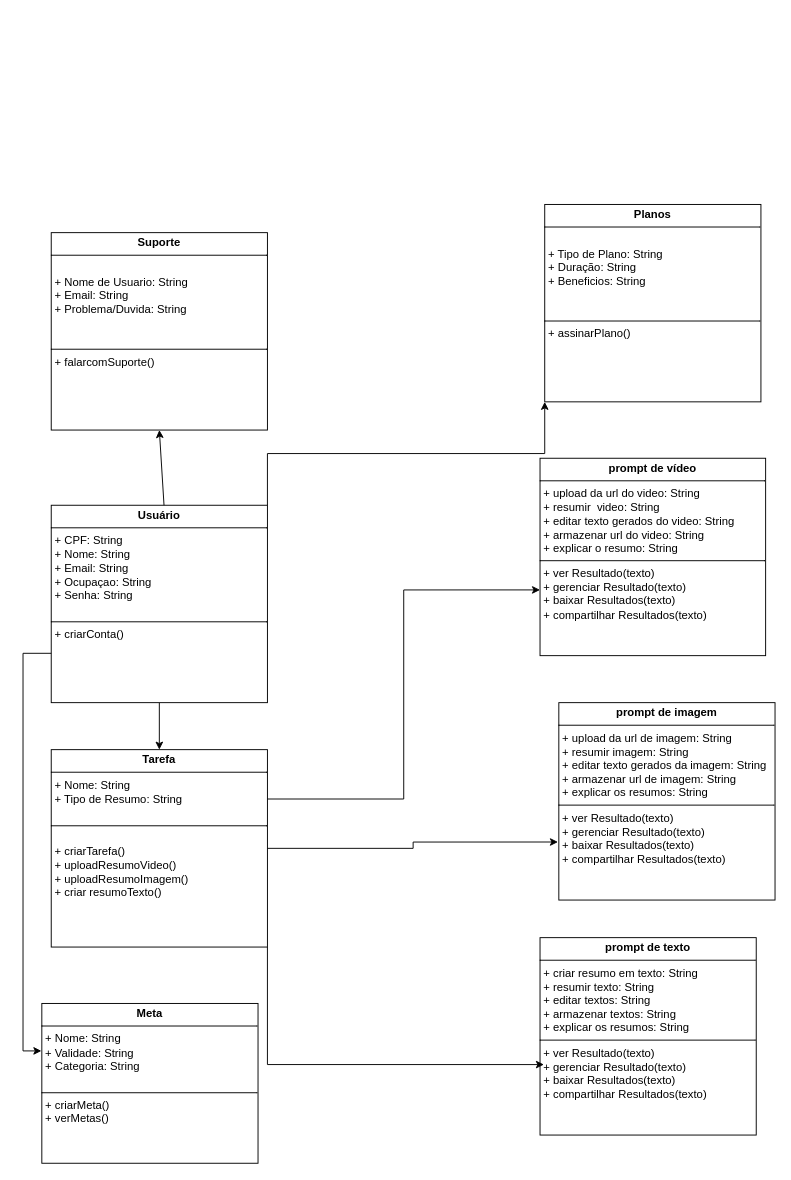
This is page "Classes" (6 of 6) of Diagrama sem nome.drawio from maqueto/fcwai, a draw.io file, before an edit. Source tidied: cells renumbered, new cells numbered last; positions are measured from the earlier drawing's top-left corner, leaving out a move shared by most shapes. Both pictures are drawn from the tidied source at 94%, with x=0, y=0 at pixel (41, 204).
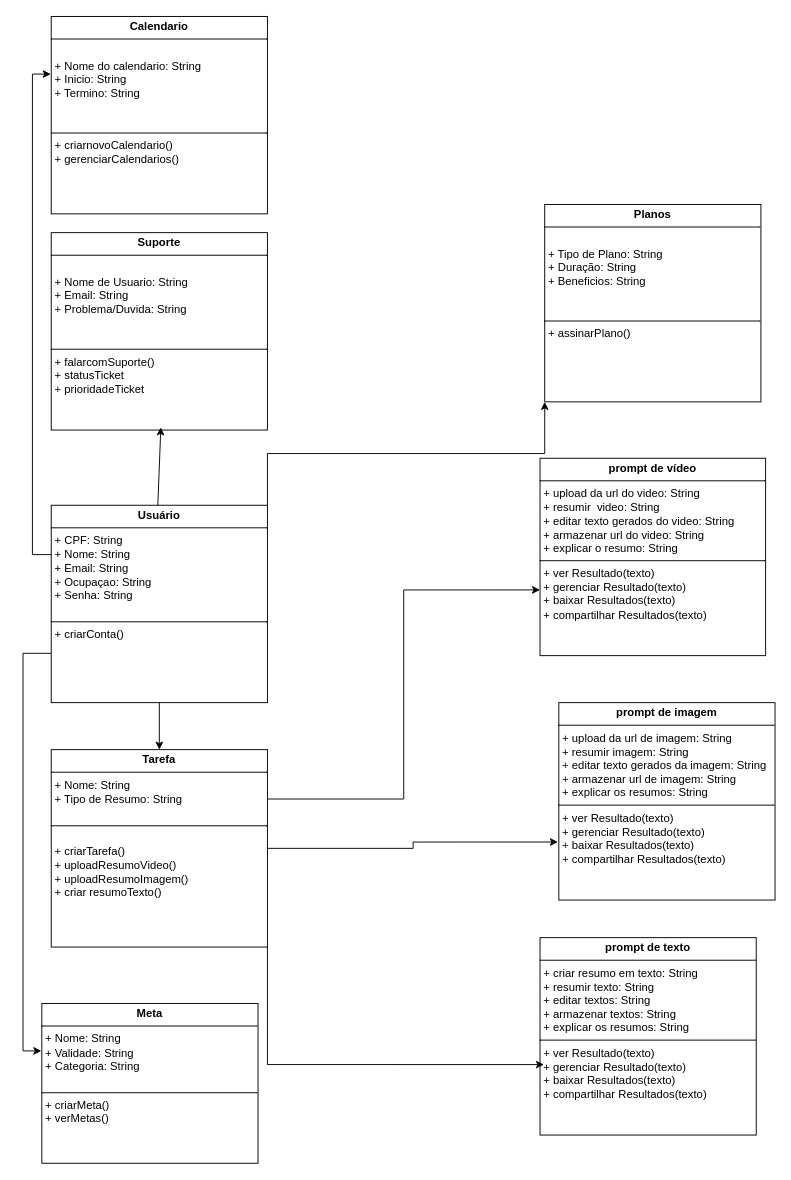
The same diagram, later.

The edit, as a diff of the source:
```diff
@@
 <mxGraphModel>
   <root>
     <mxCell id="0" />
     <mxCell id="1" parent="0" />
     <mxCell id="2" value="&lt;p style=&quot;margin:0px;margin-top:4px;text-align:center;&quot;&gt;&lt;b&gt;prompt de texto&lt;/b&gt;&lt;/p&gt;&lt;hr size=&quot;1&quot; style=&quot;border-style:solid;&quot;&gt;&lt;p style=&quot;margin: 0px 0px 0px 4px;&quot;&gt;+ criar resumo em texto: String&lt;/p&gt;&lt;p style=&quot;margin: 0px 0px 0px 4px;&quot;&gt;+ resumir texto: String&lt;/p&gt;&lt;p style=&quot;margin: 0px 0px 0px 4px;&quot;&gt;+ editar textos: String&lt;/p&gt;&lt;p style=&quot;margin: 0px 0px 0px 4px;&quot;&gt;+ armazenar textos: String&lt;/p&gt;&lt;p style=&quot;margin: 0px 0px 0px 4px;&quot;&gt;+ explicar os resumos: String&lt;/p&gt;&lt;hr size=&quot;1&quot; style=&quot;border-style:solid;&quot;&gt;&lt;p style=&quot;margin: 0px 0px 0px 4px;&quot;&gt;+ ver Resultado(texto)&lt;br&gt;&lt;/p&gt;&lt;p style=&quot;margin: 0px 0px 0px 4px;&quot;&gt;+ gerenciar Resultado(texto)&lt;/p&gt;&lt;p style=&quot;margin: 0px 0px 0px 4px;&quot;&gt;+ baixar Resultados(texto)&lt;/p&gt;&lt;p style=&quot;margin: 0px 0px 0px 4px;&quot;&gt;+ compartilhar Resultados(texto)&lt;/p&gt;&lt;p style=&quot;margin: 0px 0px 0px 4px;&quot;&gt;&lt;br&gt;&lt;/p&gt;" style="verticalAlign=top;align=left;overflow=fill;html=1;whiteSpace=wrap;" parent="1" vertex="1">
       <mxGeometry x="530" y="780" width="230" height="210" as="geometry" />
     </mxCell>
     <mxCell id="3" style="edgeStyle=orthogonalEdgeStyle;rounded=0;jettySize=auto;html=1;" parent="1" edge="1" source="5" target="8">
       <mxGeometry relative="1" as="geometry" />
     </mxCell>
     <mxCell id="4" style="edgeStyle=orthogonalEdgeStyle;rounded=0;jettySize=auto;html=1;exitX=1;exitY=0;exitDx=0;exitDy=0;entryX=0;entryY=1;entryDx=0;entryDy=0;" parent="1" edge="1" source="5" target="16">
       <mxGeometry relative="1" as="geometry" />
     </mxCell>
     <mxCell id="5" value="&lt;p style=&quot;margin:0px;margin-top:4px;text-align:center;&quot;&gt;&lt;b&gt;Usuário&lt;/b&gt;&lt;/p&gt;&lt;hr size=&quot;1&quot; style=&quot;border-style:solid;&quot;&gt;&lt;p style=&quot;margin:0px;margin-left:4px;&quot;&gt;+ CPF: String&lt;/p&gt;&lt;p style=&quot;margin:0px;margin-left:4px;&quot;&gt;+ Nome: String&lt;/p&gt;&lt;p style=&quot;margin:0px;margin-left:4px;&quot;&gt;+ Email: String&lt;/p&gt;&lt;p style=&quot;margin:0px;margin-left:4px;&quot;&gt;+ Ocupaçao: String&lt;/p&gt;&lt;p style=&quot;margin:0px;margin-left:4px;&quot;&gt;+ Senha: String&lt;/p&gt;&lt;p style=&quot;margin:0px;margin-left:4px;&quot;&gt;&lt;br&gt;&lt;/p&gt;&lt;hr size=&quot;1&quot; style=&quot;border-style:solid;&quot;&gt;&lt;p style=&quot;margin:0px;margin-left:4px;&quot;&gt;+ criarConta()&lt;/p&gt;&lt;p style=&quot;margin:0px;margin-left:4px;&quot;&gt;&lt;br&gt;&lt;/p&gt;" style="verticalAlign=top;align=left;overflow=fill;html=1;whiteSpace=wrap;" parent="1" vertex="1">
       <mxGeometry x="10" y="320" width="230" height="210" as="geometry" />
     </mxCell>
     <mxCell id="6" value="&lt;p style=&quot;margin:0px;margin-top:4px;text-align:center;&quot;&gt;&lt;b&gt;prompt de imagem&lt;/b&gt;&lt;/p&gt;&lt;hr size=&quot;1&quot; style=&quot;border-style:solid;&quot;&gt;&lt;p style=&quot;margin: 0px 0px 0px 4px;&quot;&gt;+ upload da url de imagem: String&lt;/p&gt;&lt;p style=&quot;margin: 0px 0px 0px 4px;&quot;&gt;+ resumir imagem: String&lt;/p&gt;&lt;p style=&quot;margin: 0px 0px 0px 4px;&quot;&gt;+ editar texto gerados da imagem: String&lt;/p&gt;&lt;p style=&quot;margin: 0px 0px 0px 4px;&quot;&gt;+ armazenar url de imagem: String&lt;/p&gt;&lt;p style=&quot;margin: 0px 0px 0px 4px;&quot;&gt;+ explicar os resumos: String&lt;/p&gt;&lt;hr size=&quot;1&quot; style=&quot;border-style:solid;&quot;&gt;&lt;p style=&quot;margin: 0px 0px 0px 4px;&quot;&gt;+ ver Resultado(texto)&lt;br&gt;&lt;/p&gt;&lt;p style=&quot;margin: 0px 0px 0px 4px;&quot;&gt;+ gerenciar Resultado(texto)&lt;/p&gt;&lt;p style=&quot;margin: 0px 0px 0px 4px;&quot;&gt;+ baixar Resultados(texto)&lt;/p&gt;&lt;p style=&quot;margin: 0px 0px 0px 4px;&quot;&gt;+ compartilhar Resultados(texto)&lt;/p&gt;&lt;p style=&quot;margin: 0px 0px 0px 4px;&quot;&gt;&lt;br&gt;&lt;/p&gt;" style="verticalAlign=top;align=left;overflow=fill;html=1;whiteSpace=wrap;" parent="1" vertex="1">
       <mxGeometry x="550" y="530" width="230" height="210" as="geometry" />
     </mxCell>
     <mxCell id="7" value="&lt;p style=&quot;margin:0px;margin-top:4px;text-align:center;&quot;&gt;&lt;b&gt;prompt de vídeo&lt;/b&gt;&lt;/p&gt;&lt;hr size=&quot;1&quot; style=&quot;border-style:solid;&quot;&gt;&lt;p style=&quot;margin: 0px 0px 0px 4px;&quot;&gt;+ upload da url do video: String&lt;/p&gt;&lt;p style=&quot;margin: 0px 0px 0px 4px;&quot;&gt;+ resumir&amp;nbsp; video: String&lt;/p&gt;&lt;p style=&quot;margin: 0px 0px 0px 4px;&quot;&gt;+ editar texto gerados do video: String&lt;/p&gt;&lt;p style=&quot;margin: 0px 0px 0px 4px;&quot;&gt;+ armazenar url do video: String&lt;/p&gt;&lt;p style=&quot;margin: 0px 0px 0px 4px;&quot;&gt;+ explicar o resumo: String&lt;/p&gt;&lt;hr size=&quot;1&quot; style=&quot;border-style:solid;&quot;&gt;&lt;p style=&quot;margin: 0px 0px 0px 4px;&quot;&gt;+ ver Resultado(texto)&lt;br&gt;&lt;/p&gt;&lt;p style=&quot;margin: 0px 0px 0px 4px;&quot;&gt;+ gerenciar Resultado(texto)&lt;/p&gt;&lt;p style=&quot;margin: 0px 0px 0px 4px;&quot;&gt;+ baixar Resultados(texto)&lt;/p&gt;&lt;p style=&quot;margin: 0px 0px 0px 4px;&quot;&gt;+ compartilhar Resultados(texto)&lt;/p&gt;&lt;p style=&quot;margin: 0px 0px 0px 4px;&quot;&gt;&lt;br&gt;&lt;/p&gt;" style="verticalAlign=top;align=left;overflow=fill;html=1;whiteSpace=wrap;" parent="1" vertex="1">
       <mxGeometry x="530" y="270" width="240" height="210" as="geometry" />
     </mxCell>
     <mxCell id="8" value="&lt;p style=&quot;margin:0px;margin-top:4px;text-align:center;&quot;&gt;&lt;b&gt;Tarefa&lt;/b&gt;&lt;/p&gt;&lt;hr size=&quot;1&quot; style=&quot;border-style:solid;&quot;&gt;&lt;p style=&quot;margin:0px;margin-left:4px;&quot;&gt;+ Nome: String&lt;/p&gt;&lt;p style=&quot;margin:0px;margin-left:4px;&quot;&gt;+ Tipo de Resumo: String&lt;/p&gt;&lt;p style=&quot;margin:0px;margin-left:4px;&quot;&gt;&lt;br&gt;&lt;/p&gt;&lt;hr size=&quot;1&quot; style=&quot;border-style:solid;&quot;&gt;&lt;p style=&quot;margin:0px;margin-left:4px;&quot;&gt;&lt;br&gt;&lt;/p&gt;&lt;p style=&quot;margin:0px;margin-left:4px;&quot;&gt;+ criarTarefa()&lt;/p&gt;&lt;p style=&quot;margin:0px;margin-left:4px;&quot;&gt;+ uploadResumoVideo()&lt;/p&gt;&lt;p style=&quot;margin:0px;margin-left:4px;&quot;&gt;+ uploadResumoImagem()&lt;/p&gt;&lt;p style=&quot;margin:0px;margin-left:4px;&quot;&gt;+ criar resumoTexto()&lt;/p&gt;" style="verticalAlign=top;align=left;overflow=fill;html=1;whiteSpace=wrap;" parent="1" vertex="1">
       <mxGeometry x="10" y="580" width="230" height="210" as="geometry" />
     </mxCell>
     <mxCell id="9" style="edgeStyle=orthogonalEdgeStyle;rounded=0;jettySize=auto;html=1;exitX=1;exitY=0.25;exitDx=0;exitDy=0;entryX=0;entryY=0.667;entryDx=0;entryDy=0;entryPerimeter=0;" parent="1" edge="1" source="8" target="7">
       <mxGeometry relative="1" as="geometry" />
     </mxCell>
     <mxCell id="10" style="edgeStyle=orthogonalEdgeStyle;rounded=0;jettySize=auto;html=1;exitX=1;exitY=0.5;exitDx=0;exitDy=0;entryX=-0.004;entryY=0.706;entryDx=0;entryDy=0;entryPerimeter=0;" parent="1" edge="1" source="8" target="6">
       <mxGeometry relative="1" as="geometry" />
     </mxCell>
     <mxCell id="11" style="edgeStyle=orthogonalEdgeStyle;rounded=0;jettySize=auto;html=1;exitX=1;exitY=1;exitDx=0;exitDy=0;entryX=0.018;entryY=0.643;entryDx=0;entryDy=0;entryPerimeter=0;" parent="1" edge="1" source="8" target="2">
       <mxGeometry relative="1" as="geometry" />
     </mxCell>
     <mxCell id="12" value="&lt;p style=&quot;margin:0px;margin-top:4px;text-align:center;&quot;&gt;&lt;b&gt;Meta&lt;/b&gt;&lt;/p&gt;&lt;hr size=&quot;1&quot; style=&quot;border-style:solid;&quot;&gt;&lt;p style=&quot;margin:0px;margin-left:4px;&quot;&gt;+ Nome: String&lt;/p&gt;&lt;p style=&quot;margin:0px;margin-left:4px;&quot;&gt;+ Validade: String&lt;/p&gt;&lt;p style=&quot;margin:0px;margin-left:4px;&quot;&gt;+ Categoria: String&lt;/p&gt;&lt;p style=&quot;margin:0px;margin-left:4px;&quot;&gt;&lt;br&gt;&lt;/p&gt;&lt;hr size=&quot;1&quot; style=&quot;border-style:solid;&quot;&gt;&lt;p style=&quot;margin:0px;margin-left:4px;&quot;&gt;+ criarMeta()&lt;/p&gt;&lt;p style=&quot;margin:0px;margin-left:4px;&quot;&gt;+ verMetas()&lt;/p&gt;" style="verticalAlign=top;align=left;overflow=fill;html=1;whiteSpace=wrap;" parent="1" vertex="1">
       <mxGeometry y="850" width="230" height="170" as="geometry" />
     </mxCell>
-    <mxCell id="13" value="&lt;p style=&quot;margin:0px;margin-top:4px;text-align:center;&quot;&gt;&lt;b&gt;Suporte&lt;/b&gt;&lt;/p&gt;&lt;hr size=&quot;1&quot; style=&quot;border-style:solid;&quot;&gt;&lt;p style=&quot;margin:0px;margin-left:4px;&quot;&gt;&lt;br&gt;&lt;/p&gt;&lt;p style=&quot;margin:0px;margin-left:4px;&quot;&gt;+ Nome de Usuario: String&lt;/p&gt;&lt;p style=&quot;margin:0px;margin-left:4px;&quot;&gt;+ Email: String&lt;/p&gt;&lt;p style=&quot;margin:0px;margin-left:4px;&quot;&gt;+ Problema/Duvida: String&lt;/p&gt;&lt;p style=&quot;margin:0px;margin-left:4px;&quot;&gt;&lt;br&gt;&lt;/p&gt;&lt;p style=&quot;margin:0px;margin-left:4px;&quot;&gt;&lt;br&gt;&lt;/p&gt;&lt;hr size=&quot;1&quot; style=&quot;border-style:solid;&quot;&gt;&lt;p style=&quot;margin:0px;margin-left:4px;&quot;&gt;+ falarcomSuporte()&lt;/p&gt;&lt;p style=&quot;margin:0px;margin-left:4px;&quot;&gt;&lt;br&gt;&lt;/p&gt;" style="verticalAlign=top;align=left;overflow=fill;html=1;whiteSpace=wrap;" parent="1" vertex="1">
+    <mxCell id="13" value="&lt;p style=&quot;margin:0px;margin-top:4px;text-align:center;&quot;&gt;&lt;b&gt;Suporte&lt;/b&gt;&lt;/p&gt;&lt;hr size=&quot;1&quot; style=&quot;border-style:solid;&quot;&gt;&lt;p style=&quot;margin:0px;margin-left:4px;&quot;&gt;&lt;br&gt;&lt;/p&gt;&lt;p style=&quot;margin:0px;margin-left:4px;&quot;&gt;+ Nome de Usuario: String&lt;/p&gt;&lt;p style=&quot;margin:0px;margin-left:4px;&quot;&gt;+ Email: String&lt;/p&gt;&lt;p style=&quot;margin:0px;margin-left:4px;&quot;&gt;+ Problema/Duvida: String&lt;/p&gt;&lt;p style=&quot;margin:0px;margin-left:4px;&quot;&gt;&lt;br&gt;&lt;/p&gt;&lt;p style=&quot;margin:0px;margin-left:4px;&quot;&gt;&lt;br&gt;&lt;/p&gt;&lt;hr size=&quot;1&quot; style=&quot;border-style:solid;&quot;&gt;&lt;p style=&quot;margin:0px;margin-left:4px;&quot;&gt;+ falarcomSuporte()&lt;/p&gt;&lt;p style=&quot;margin:0px;margin-left:4px;&quot;&gt;+ statusTicket&lt;/p&gt;&lt;p style=&quot;margin:0px;margin-left:4px;&quot;&gt;+ prioridadeTicket&lt;/p&gt;&lt;p style=&quot;margin:0px;margin-left:4px;&quot;&gt;&lt;br&gt;&lt;/p&gt;" style="verticalAlign=top;align=left;overflow=fill;html=1;whiteSpace=wrap;" parent="1" vertex="1">
       <mxGeometry x="10" y="30" width="230" height="210" as="geometry" />
     </mxCell>
-    <mxCell id="14" style="endArrow=classic;html=1;rounded=0;entryX=0.5;entryY=1;entryDx=0;entryDy=0;" parent="1" edge="1" target="13">
+    <mxCell id="14" style="endArrow=classic;html=1;rounded=0;entryX=0.536;entryY=0.986;entryDx=0;entryDy=0;entryPerimeter=0;" parent="1" edge="1">
       <mxGeometry relative="1" as="geometry">
-        <mxPoint x="130" y="320" as="sourcePoint" />
+        <mxPoint x="123.4" y="320" as="sourcePoint" />
+        <mxPoint x="126.6" y="237.1" as="targetPoint" />
       </mxGeometry>
     </mxCell>
     <mxCell id="15" style="edgeStyle=orthogonalEdgeStyle;rounded=0;jettySize=auto;html=1;exitX=0;exitY=0.75;exitDx=0;exitDy=0;entryX=-0.002;entryY=0.297;entryDx=0;entryDy=0;entryPerimeter=0;" parent="1" edge="1" source="5" target="12">
       <mxGeometry relative="1" as="geometry" />
     </mxCell>
     <mxCell id="16" value="&lt;p style=&quot;margin:0px;margin-top:4px;text-align:center;&quot;&gt;&lt;b&gt;Planos&lt;/b&gt;&lt;/p&gt;&lt;hr size=&quot;1&quot; style=&quot;border-style:solid;&quot;&gt;&lt;p style=&quot;margin:0px;margin-left:4px;&quot;&gt;&lt;br&gt;&lt;/p&gt;&lt;p style=&quot;margin:0px;margin-left:4px;&quot;&gt;+ Tipo de Plano: String&lt;/p&gt;&lt;p style=&quot;margin:0px;margin-left:4px;&quot;&gt;+ Duração: String&lt;/p&gt;&lt;p style=&quot;margin:0px;margin-left:4px;&quot;&gt;+ Beneficios: String&lt;/p&gt;&lt;p style=&quot;margin:0px;margin-left:4px;&quot;&gt;&lt;br&gt;&lt;/p&gt;&lt;p style=&quot;margin:0px;margin-left:4px;&quot;&gt;&lt;br&gt;&lt;/p&gt;&lt;hr size=&quot;1&quot; style=&quot;border-style:solid;&quot;&gt;&lt;p style=&quot;margin:0px;margin-left:4px;&quot;&gt;+ assinarPlano()&lt;/p&gt;&lt;p style=&quot;margin:0px;margin-left:4px;&quot;&gt;&lt;br&gt;&lt;/p&gt;" style="verticalAlign=top;align=left;overflow=fill;html=1;whiteSpace=wrap;" parent="1" vertex="1">
       <mxGeometry x="535" width="230" height="210" as="geometry" />
     </mxCell>
+    <mxCell id="17" value="&lt;p style=&quot;margin:0px;margin-top:4px;text-align:center;&quot;&gt;&lt;b&gt;Calendario&lt;/b&gt;&lt;/p&gt;&lt;hr size=&quot;1&quot; style=&quot;border-style:solid;&quot;&gt;&lt;p style=&quot;margin:0px;margin-left:4px;&quot;&gt;&lt;br&gt;&lt;/p&gt;&lt;p style=&quot;margin:0px;margin-left:4px;&quot;&gt;+ Nome do calendario: String&lt;/p&gt;&lt;p style=&quot;margin:0px;margin-left:4px;&quot;&gt;+ Inicio: String&lt;/p&gt;&lt;p style=&quot;margin:0px;margin-left:4px;&quot;&gt;+ Termino: String&lt;/p&gt;&lt;p style=&quot;margin:0px;margin-left:4px;&quot;&gt;&lt;br&gt;&lt;/p&gt;&lt;p style=&quot;margin:0px;margin-left:4px;&quot;&gt;&lt;br&gt;&lt;/p&gt;&lt;hr size=&quot;1&quot; style=&quot;border-style:solid;&quot;&gt;&lt;p style=&quot;margin:0px;margin-left:4px;&quot;&gt;+ criarnovoCalendario()&lt;/p&gt;&lt;p style=&quot;margin:0px;margin-left:4px;&quot;&gt;+ gerenciarCalendarios()&lt;/p&gt;&lt;p style=&quot;margin:0px;margin-left:4px;&quot;&gt;&lt;br&gt;&lt;/p&gt;&lt;p style=&quot;margin:0px;margin-left:4px;&quot;&gt;&lt;br&gt;&lt;/p&gt;" style="verticalAlign=top;align=left;overflow=fill;html=1;whiteSpace=wrap;" parent="1" vertex="1">
+      <mxGeometry x="10" y="-200" width="230" height="210" as="geometry" />
+    </mxCell>
+    <mxCell id="18" style="edgeStyle=orthogonalEdgeStyle;rounded=0;jettySize=auto;html=1;exitX=0;exitY=0.25;exitDx=0;exitDy=0;entryX=-0.002;entryY=0.292;entryDx=0;entryDy=0;entryPerimeter=0;" parent="1" edge="1" source="5" target="17">
+      <mxGeometry relative="1" as="geometry" />
+    </mxCell>
   </root>
 </mxGraphModel>
```
